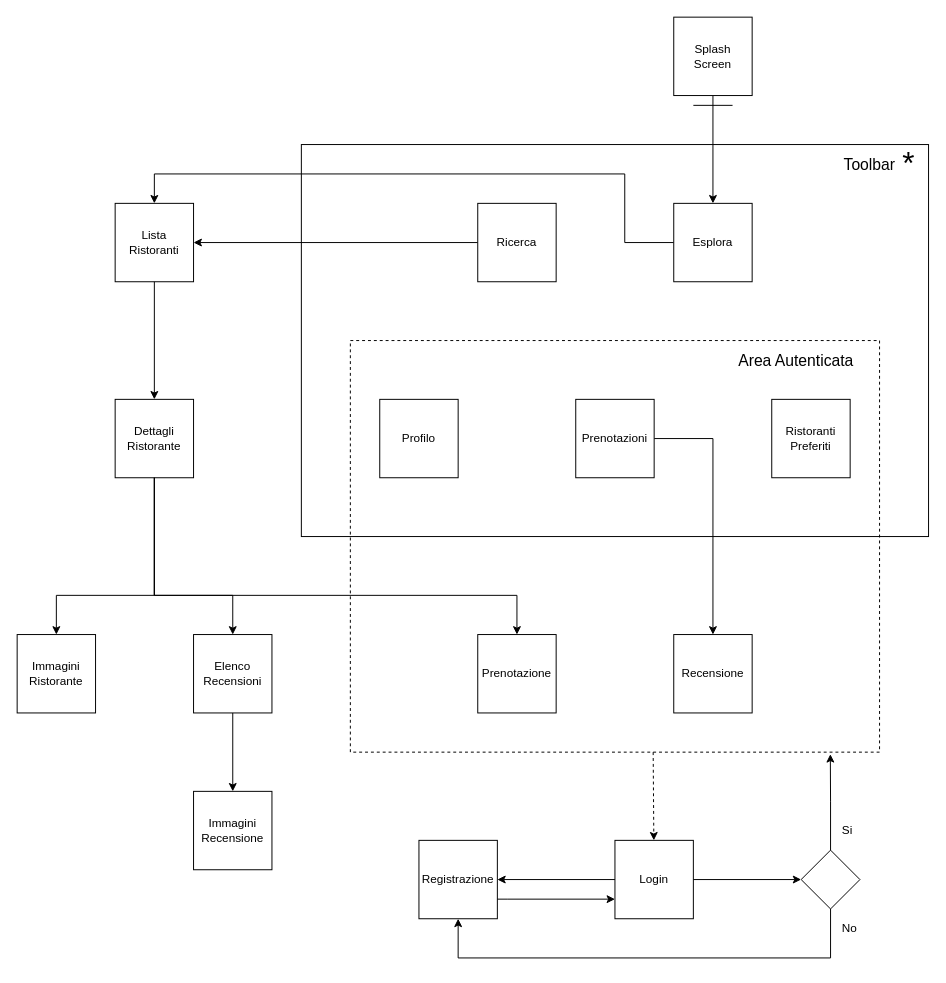
Above: Navigation Model/Navigation 2.1.drawio in StephanXV/foodayAPP (draw.io), before the change. Source tidied: cells renumbered, new cells numbered last; positions are measured from the earlier drawing's top-left corner, leaving out a move shared by most shapes. Both pictures are drawn from the tidied source at 98%, with x=0, y=0 at pixel (17, 17).
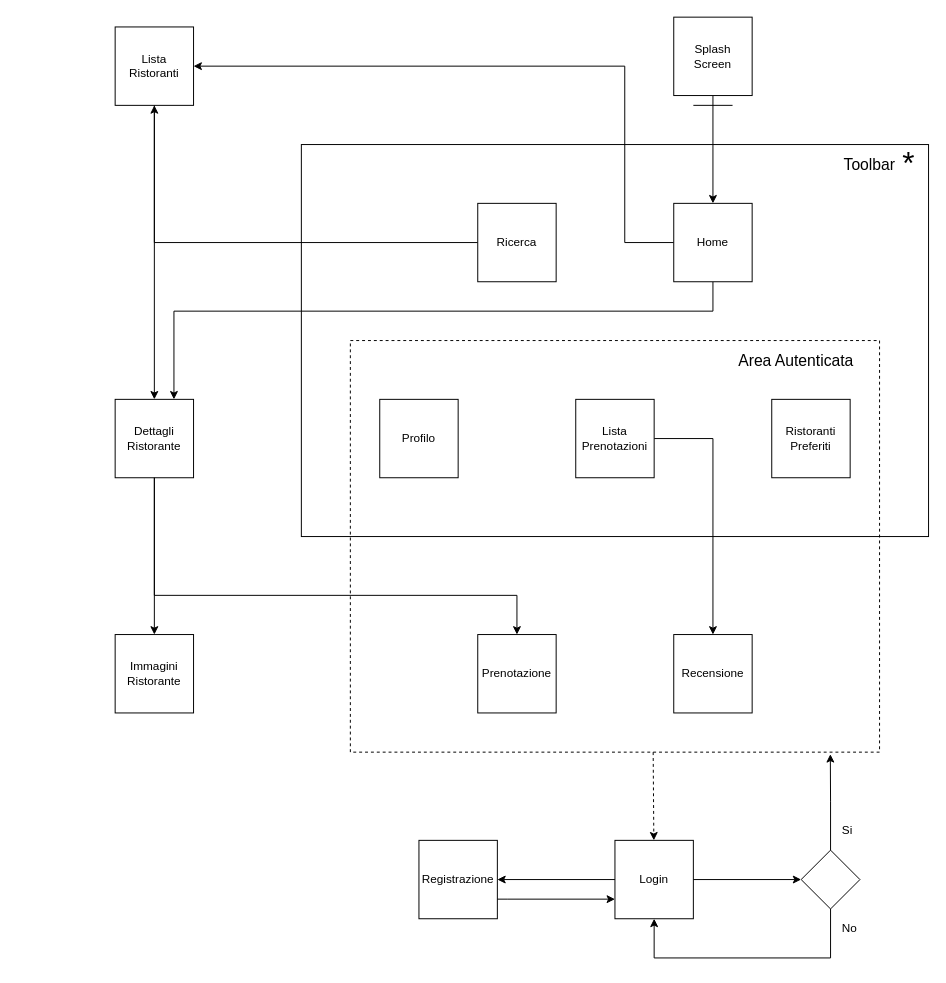
The same diagram, later.

The change refers to these unchanged cells:
```xml
<mxCell id="20" value="Login" style="whiteSpace=wrap;html=1;fillColor=none;" parent="1" vertex="1">
  <mxGeometry x="610" y="840" width="80" height="80" as="geometry" />
</mxCell>
<mxCell id="22" value="Registrazione" style="whiteSpace=wrap;html=1;fillColor=none;" parent="1" vertex="1">
  <mxGeometry x="410" y="840" width="80" height="80" as="geometry" />
</mxCell>
<mxCell id="26" value="Dettagli Ristorante" style="whiteSpace=wrap;html=1;fillColor=none;" parent="1" vertex="1">
  <mxGeometry x="100" y="390" width="80" height="80" as="geometry" />
</mxCell>
<mxCell id="37" style="rhombus;whiteSpace=wrap;html=1;fontSize=16;" parent="1" vertex="1">
  <mxGeometry x="800" y="850" width="60" height="60" as="geometry" />
</mxCell>
```

The edit, as a diff of the source:
```diff
@@
-    <mxCell id="9" value="Prenotazioni" style="whiteSpace=wrap;html=1;" parent="1" vertex="1">
+    <mxCell id="9" value="Lista Prenotazioni" style="whiteSpace=wrap;html=1;" parent="1" vertex="1">
       <mxGeometry x="570" y="390" width="80" height="80" as="geometry" />
     </mxCell>
     <mxCell id="10" style="edgeStyle=orthogonalEdgeStyle;rounded=0;jettySize=auto;html=1;" parent="1" edge="1" source="11" target="17">
       <mxGeometry relative="1" as="geometry">
         <Array as="points">
           <mxPoint x="620" y="230" />
-          <mxPoint x="620" y="160" />
-          <mxPoint x="140" y="160" />
+          <mxPoint x="620" y="50" />
         </Array>
       </mxGeometry>
     </mxCell>
+    <mxCell id="41" style="edgeStyle=orthogonalEdgeStyle;rounded=0;jettySize=auto;html=1;entryX=0.75;entryY=0;entryDx=0;entryDy=0;" parent="1" edge="1" source="11" target="26">
+      <mxGeometry relative="1" as="geometry">
+        <Array as="points">
+          <mxPoint x="710" y="300" />
+          <mxPoint x="160" y="300" />
+        </Array>
+      </mxGeometry>
+    </mxCell>
-    <mxCell id="11" value="Esplora" style="whiteSpace=wrap;html=1;" parent="1" vertex="1">
+    <mxCell id="11" value="Home" style="whiteSpace=wrap;html=1;" parent="1" vertex="1">
       <mxGeometry x="670" y="190" width="80" height="80" as="geometry" />
     </mxCell>
@@
     <mxCell id="17" value="Lista Ristoranti" style="whiteSpace=wrap;html=1;fillColor=none;" parent="1" vertex="1">
-      <mxGeometry x="100" y="190" width="80" height="80" as="geometry" />
+      <mxGeometry x="100" y="10" width="80" height="80" as="geometry" />
     </mxCell>
@@
     <mxCell id="23" style="edgeStyle=orthogonalEdgeStyle;rounded=0;jettySize=auto;html=1;" parent="1" edge="1" source="26" target="30">
       <mxGeometry relative="1" as="geometry">
         <Array as="points">
-          <mxPoint x="140" y="590" />
-          <mxPoint x="40" y="590" />
+          <mxPoint x="140" y="670" />
         </Array>
       </mxGeometry>
     </mxCell>
-    <mxCell id="24" style="edgeStyle=orthogonalEdgeStyle;rounded=0;jettySize=auto;html=1;" parent="1" edge="1" source="26" target="28">
-      <mxGeometry relative="1" as="geometry">
-        <Array as="points">
-          <mxPoint x="140" y="590" />
-          <mxPoint x="220" y="590" />
-        </Array>
-      </mxGeometry>
-    </mxCell>
@@
-    <mxCell id="27" style="edgeStyle=orthogonalEdgeStyle;rounded=0;jettySize=auto;html=1;" parent="1" edge="1" source="28" target="29">
-      <mxGeometry relative="1" as="geometry" />
-    </mxCell>
-    <mxCell id="28" value="Elenco Recensioni" style="whiteSpace=wrap;html=1;fillColor=none;" parent="1" vertex="1">
-      <mxGeometry x="180" y="630" width="80" height="80" as="geometry" />
-    </mxCell>
-    <mxCell id="29" value="Immagini Recensione" style="whiteSpace=wrap;html=1;fillColor=none;" parent="1" vertex="1">
-      <mxGeometry x="180" y="790" width="80" height="80" as="geometry" />
-    </mxCell>
     <mxCell id="30" value="Immagini Ristorante" style="whiteSpace=wrap;html=1;fillColor=none;" parent="1" vertex="1">
-      <mxGeometry y="630" width="80" height="80" as="geometry" />
+      <mxGeometry x="100" y="630" width="80" height="80" as="geometry" />
     </mxCell>
@@
-    <mxCell id="36" style="edgeStyle=orthogonalEdgeStyle;rounded=0;jettySize=auto;html=1;fontSize=12;" parent="1" edge="1" source="37" target="22">
+    <mxCell id="36" style="edgeStyle=orthogonalEdgeStyle;rounded=0;jettySize=auto;html=1;fontSize=12;entryX=0.5;entryY=1;entryDx=0;entryDy=0;" parent="1" edge="1" source="37" target="20">
       <mxGeometry relative="1" as="geometry">
         <Array as="points">
           <mxPoint x="830" y="960" />
-          <mxPoint x="450" y="960" />
+          <mxPoint x="650" y="960" />
         </Array>
       </mxGeometry>
     </mxCell>
```
